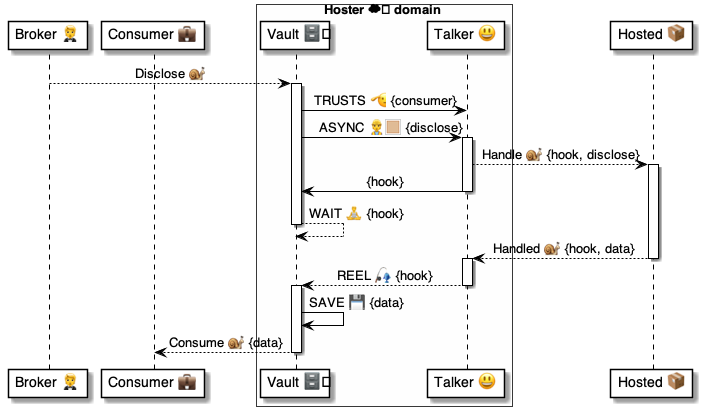
pollyweb-org/pollyweb-docs keeps this PlantUML diagram as 4 ⚙️ Solution/41 🎭 Domain Roles/Vaults 🗄️/🗄️🅰️ Vault methods/Disclose 🤵🐌🗄️/🗄️ Disclose ⚙️ uml.png. Above is the earlier version. Its source is kept beside it as 4 ⚙️ Solution/41 🎭 Domain Roles/Vaults 🗄️/🗄️🅰️ Vault methods/Disclose 🤵🐌🗄️/🗄️ Disclose ⚙️ uml.puml.
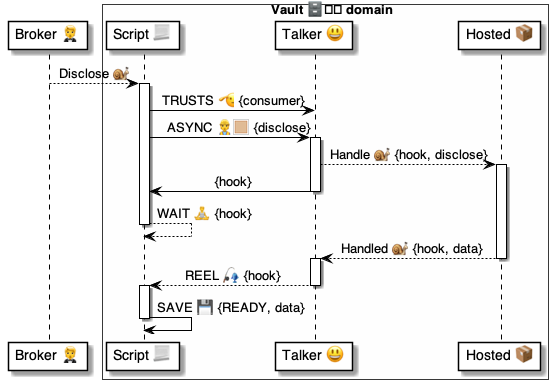
The same diagram one commit later.

The edit, as a diff of the source:
```diff
@@ -1,12 +1,12 @@
-@startuml Wallet: Share()
+@startuml Disclose@Broker
 
 participant "Broker 🤵" as broker
-participant "Consumer 💼" as consumer
-box Hoster ☁️ domain #FFFFFA
-    participant "Vault 🗄️" as vault
+box Vault 🗄️️ domain #FFFFFA
+    participant "Script 📃" as vault
     participant "Talker 😃" as talker
+    participant "Hosted 📦" as hosted
 end box
-participant "Hosted 📦" as hosted
+
 
 broker --> vault: Disclose 🐌
 
@@ -30,8 +30,7 @@
 deactivate talker
 
 activate vault
-    vault -> vault: SAVE 💾 {data}
-    vault --> consumer: Consume 🐌 {data}
+    vault -> vault: SAVE 💾 {READY, data}
 deactivate vault
 
 @enduml
```
